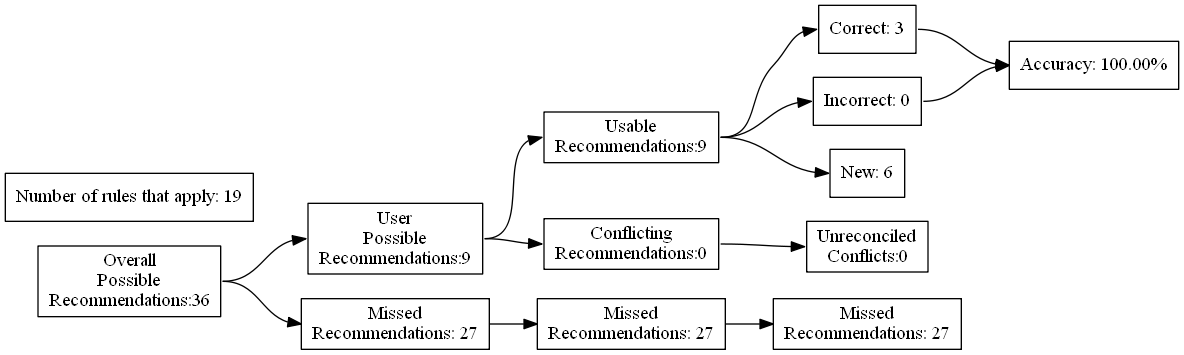
Above: test_renders/73.gv.png in ZaxR/ibd_diet_analysis (Graphviz), before the change. Its source is kept beside it as test_renders/73.gv. The source it was exported from:
```dot
digraph {
	graph [rankdir=LR]
	node [pos=r shape=box]
	edge [headport=w tailport=e]
		A [label="Overall
Possible
Recommendations:36"]
		B [label="User
Possible
Recommendations:9"]
		C [label="Missed
Recommendations: 27"]
		D [label="Usable
Recommendations:9"]
		E [label="Conflicting
Recommendations:0"]
		J [label="Missed
Recommendations: 27"]
		M [label="Unreconciled
Conflicts:0"]
		F [label="Correct: 3"]
		G [label="Incorrect: 0"]
		H [label="New: 6"]
		K [label="Missed
Recommendations: 27"]
		I [label="Accuracy: 100.00%"]
		l [label="Number of rules that apply: 19"]
			A -> B
			A -> C
			B -> D
			B -> E
			D -> F
			D -> G
			D -> H
			F -> I
			G -> I
			C -> J
			J -> K
			E -> M
}
```
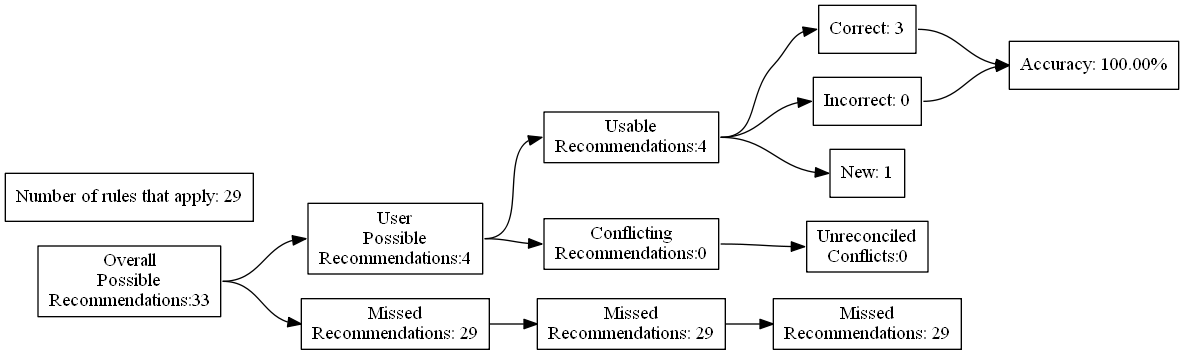
After the commit.

The edit, as a diff of the source:
```diff
@@ -4,27 +4,27 @@
 	edge [headport=w tailport=e]
 		A [label="Overall
 Possible
-Recommendations:36"]
+Recommendations:33"]
 		B [label="User
 Possible
-Recommendations:9"]
+Recommendations:4"]
 		C [label="Missed
-Recommendations: 27"]
+Recommendations: 29"]
 		D [label="Usable
-Recommendations:9"]
+Recommendations:4"]
 		E [label="Conflicting
 Recommendations:0"]
 		J [label="Missed
-Recommendations: 27"]
+Recommendations: 29"]
 		M [label="Unreconciled
 Conflicts:0"]
 		F [label="Correct: 3"]
 		G [label="Incorrect: 0"]
-		H [label="New: 6"]
+		H [label="New: 1"]
 		K [label="Missed
-Recommendations: 27"]
+Recommendations: 29"]
 		I [label="Accuracy: 100.00%"]
-		l [label="Number of rules that apply: 19"]
+		l [label="Number of rules that apply: 29"]
 			A -> B
 			A -> C
 			B -> D
```
